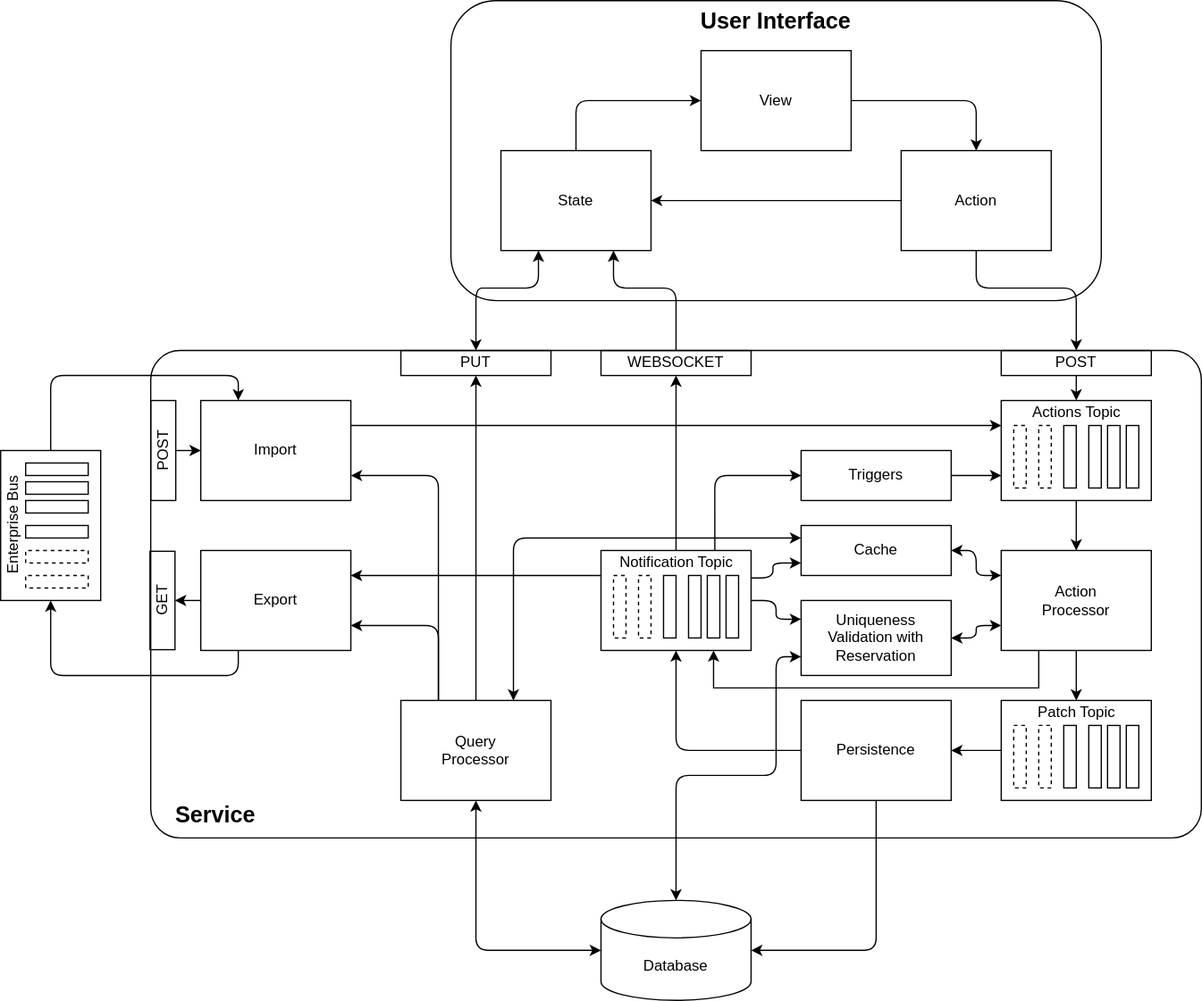
Above: architecture-overview.svg in YuriyGorvitovskiy/state-patch-sql (draw.io), before the change. Source tidied: cells renumbered, new cells last; positions are measured from the earlier drawing's top-left corner, leaving out a move shared by most shapes.
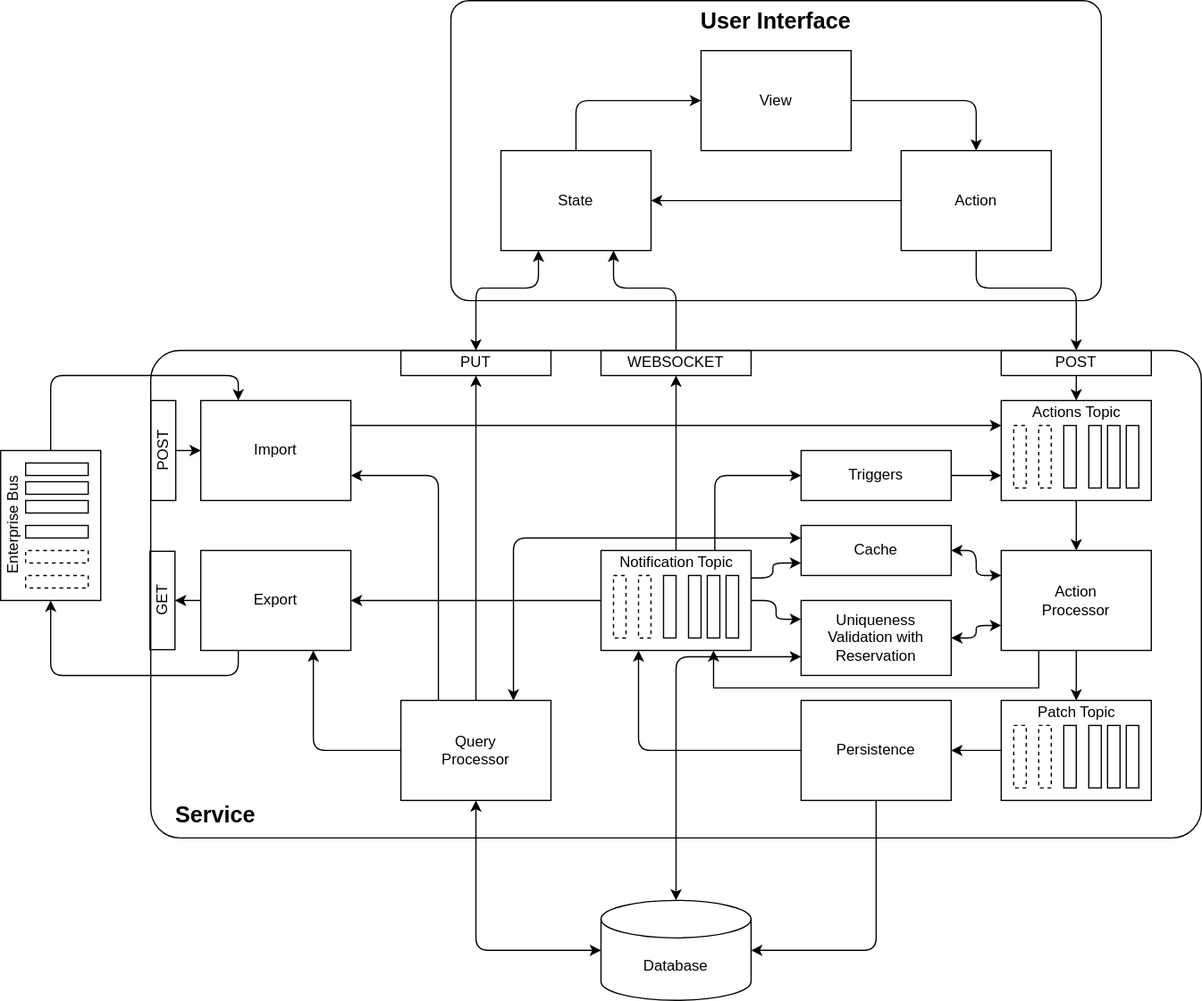
The same file after the commit.

Diff of the diagram source:
```diff
@@ -5,7 +5,7 @@
     <mxCell id="2" value="&lt;font style=&quot;font-size: 18px&quot;&gt;&lt;b&gt;Service&lt;/b&gt;&lt;/font&gt;" style="rounded=1;whiteSpace=wrap;html=1;fillColor=none;fontSize=12;arcSize=6;align=left;verticalAlign=bottom;spacingLeft=18;spacingBottom=4;spacingRight=18;" parent="1" vertex="1">
       <mxGeometry x="155" y="280" width="840" height="390" as="geometry" />
     </mxCell>
-    <mxCell id="3" value="User Interface" style="whiteSpace=wrap;html=1;fillColor=none;align=center;horizontal=1;verticalAlign=top;fontStyle=1;fontSize=18;rounded=1;" parent="1" vertex="1">
+    <mxCell id="3" value="User Interface" style="whiteSpace=wrap;html=1;fillColor=none;align=center;horizontal=1;verticalAlign=top;fontStyle=1;fontSize=18;rounded=1;arcSize=6;" parent="1" vertex="1">
       <mxGeometry x="395" width="520" height="240" as="geometry" />
     </mxCell>
     <mxCell id="4" style="edgeStyle=orthogonalEdgeStyle;jettySize=auto;html=1;exitX=1;exitY=0.5;exitDx=0;exitDy=0;entryX=0.5;entryY=0;entryDx=0;entryDy=0;" parent="1" edge="1" source="5" target="11">
@@ -145,7 +145,7 @@
     <mxCell id="42" style="edgeStyle=orthogonalEdgeStyle;rounded=1;jettySize=auto;html=1;exitX=0.25;exitY=0;exitDx=0;exitDy=0;entryX=1;entryY=0.75;entryDx=0;entryDy=0;startArrow=none;startFill=0;fontSize=12;" parent="1" edge="1" source="44" target="46">
       <mxGeometry relative="1" as="geometry" />
     </mxCell>
-    <mxCell id="43" style="edgeStyle=orthogonalEdgeStyle;rounded=1;jettySize=auto;html=1;exitX=0.25;exitY=0;exitDx=0;exitDy=0;entryX=1;entryY=0.75;entryDx=0;entryDy=0;startArrow=none;startFill=0;fontSize=12;" parent="1" edge="1" source="44" target="69">
+    <mxCell id="43" style="edgeStyle=orthogonalEdgeStyle;rounded=1;jettySize=auto;html=1;exitX=0;exitY=0.5;exitDx=0;exitDy=0;entryX=0.75;entryY=1;entryDx=0;entryDy=0;startArrow=none;startFill=0;fontSize=12;" parent="1" edge="1" source="44" target="69">
       <mxGeometry relative="1" as="geometry" />
     </mxCell>
     <mxCell id="44" value="Query&lt;br&gt;Processor" style="whiteSpace=wrap;html=1;fillColor=none;" parent="1" vertex="1">
@@ -240,9 +240,7 @@
     <mxCell id="72" style="edgeStyle=orthogonalEdgeStyle;rounded=1;jettySize=auto;html=1;exitX=0.5;exitY=0;exitDx=0;exitDy=0;entryX=0;entryY=0.75;entryDx=0;entryDy=0;startArrow=classic;startFill=1;fontSize=12;exitPerimeter=0;" parent="1" edge="1" source="39" target="38">
       <mxGeometry relative="1" as="geometry">
         <Array as="points">
-          <mxPoint x="575" y="620" />
-          <mxPoint x="655" y="620" />
-          <mxPoint x="655" y="525" />
+          <mxPoint x="575" y="525" />
         </Array>
       </mxGeometry>
     </mxCell>
@@ -253,10 +251,10 @@
         </Array>
       </mxGeometry>
     </mxCell>
-    <mxCell id="74" style="edgeStyle=orthogonalEdgeStyle;jettySize=auto;html=1;entryX=0.5;entryY=1;entryDx=0;entryDy=0;startArrow=none;startFill=0;fontSize=12;exitX=0;exitY=0.5;exitDx=0;exitDy=0;" parent="1" edge="1" source="36" target="78">
+    <mxCell id="74" style="edgeStyle=orthogonalEdgeStyle;jettySize=auto;html=1;entryX=0.25;entryY=1;entryDx=0;entryDy=0;startArrow=none;startFill=0;fontSize=12;exitX=0;exitY=0.5;exitDx=0;exitDy=0;" parent="1" edge="1" source="36" target="78">
       <mxGeometry relative="1" as="geometry">
         <Array as="points">
-          <mxPoint x="575" y="600" />
+          <mxPoint x="545" y="600" />
         </Array>
       </mxGeometry>
     </mxCell>
@@ -296,10 +294,8 @@
     <mxCell id="86" style="edgeStyle=orthogonalEdgeStyle;rounded=1;jettySize=auto;html=1;exitX=1;exitY=0.5;exitDx=0;exitDy=0;startArrow=none;startFill=0;fontSize=12;entryX=0;entryY=0.25;entryDx=0;entryDy=0;" parent="1" edge="1" source="78" target="38">
       <mxGeometry relative="1" as="geometry" />
     </mxCell>
-    <mxCell id="87" style="edgeStyle=orthogonalEdgeStyle;rounded=1;jettySize=auto;html=1;entryX=1;entryY=0.25;entryDx=0;entryDy=0;startArrow=none;startFill=0;fontSize=12;" parent="1" edge="1" target="69">
-      <mxGeometry relative="1" as="geometry">
-        <mxPoint x="515" y="460" as="sourcePoint" />
-      </mxGeometry>
+    <mxCell id="87" style="edgeStyle=orthogonalEdgeStyle;rounded=1;jettySize=auto;html=1;entryX=1;entryY=0.5;entryDx=0;entryDy=0;startArrow=none;startFill=0;fontSize=12;exitX=0;exitY=0.5;exitDx=0;exitDy=0;" parent="1" edge="1" source="78" target="69">
+      <mxGeometry relative="1" as="geometry" />
     </mxCell>
     <mxCell id="88" style="edgeStyle=orthogonalEdgeStyle;rounded=1;jettySize=auto;html=1;exitX=1;exitY=0.5;exitDx=0;exitDy=0;startArrow=none;startFill=0;fontSize=12;entryX=0.25;entryY=0;entryDx=0;entryDy=0;" parent="1" edge="1" source="59" target="46">
       <mxGeometry relative="1" as="geometry">
```
